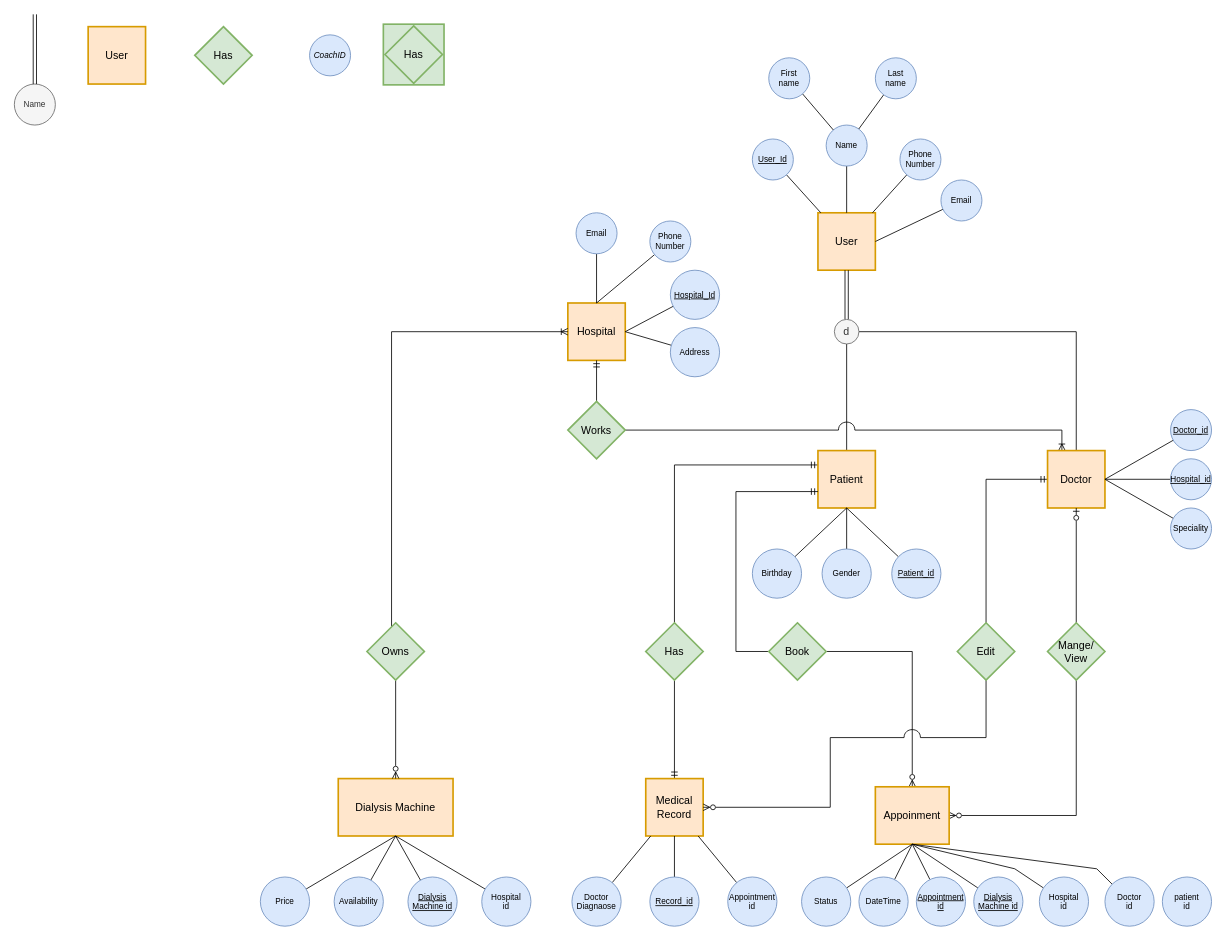
The draw.io diagram SQL/Yusuf's_erd.drawio in DoniaMetwalli/Hospital-System, before the edit. Source tidied: cells renumbered, new cells numbered last; positions are measured from the earlier drawing's top-left corner, leaving out a move shared by most shapes. Both pictures are drawn from the tidied source at 82%, with x=0, y=0 at pixel (14, 14).
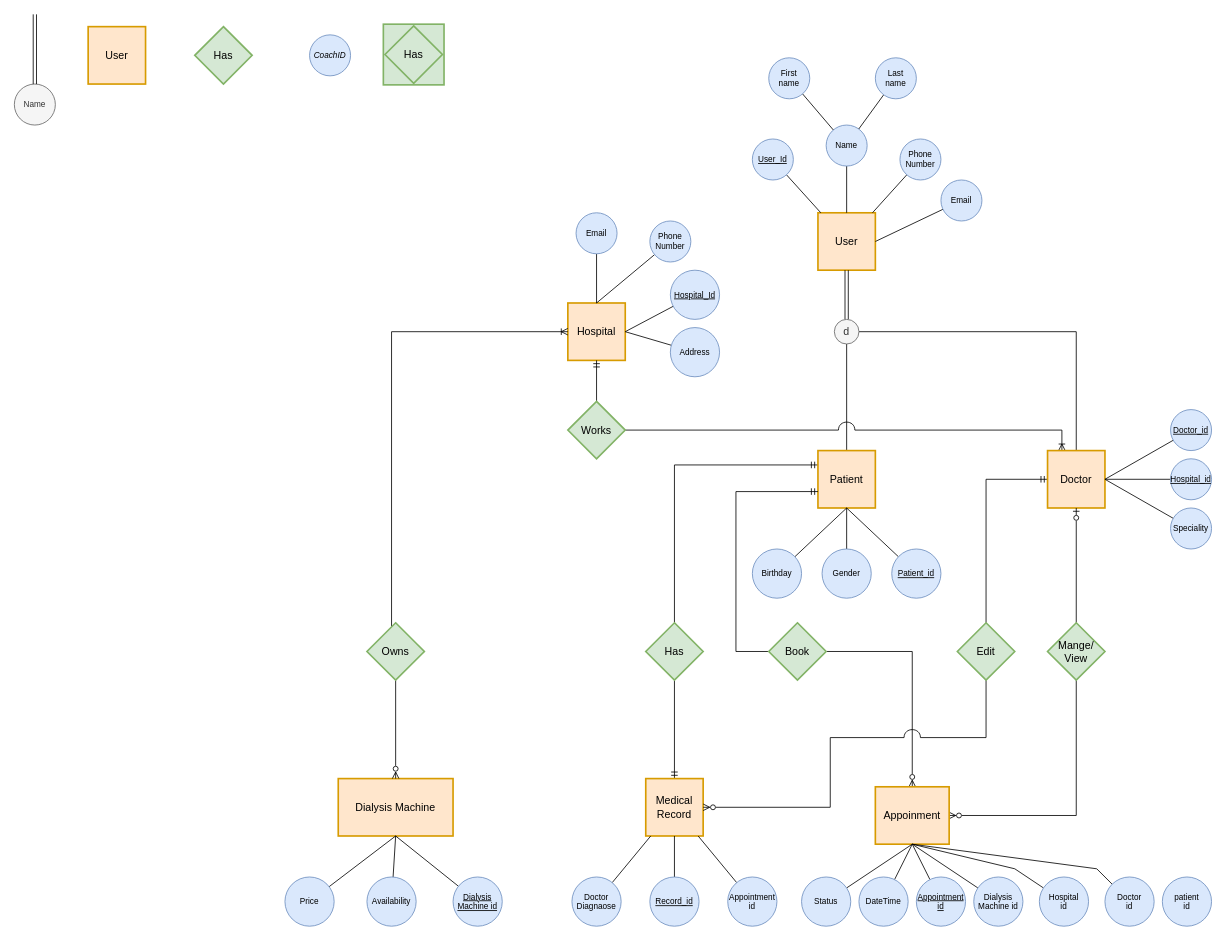
The same diagram, later.

Commit message (it also covers changes not shown here):
some polish in ui + edit sql + edit erd

The change refers to these unchanged cells:
```xml
<mxCell id="69" value="Dialysis Machine" style="strokeWidth=2;whiteSpace=wrap;html=1;align=center;fontSize=13;fontFamily=Helvetica;fontColor=#000000;strokeColor=#d79b00;fillColor=#ffe6cc;" parent="1" vertex="1">
  <mxGeometry x="395" y="932" width="140" height="70" as="geometry" />
</mxCell>
```

Diff of the diagram source:
```diff
@@
     <mxCell id="74" value="Price" style="ellipse;whiteSpace=wrap;html=1;fontSize=10;fillColor=#dae8fc;strokeColor=#6c8ebf;" parent="1" vertex="1">
-      <mxGeometry x="300" y="1052" width="60" height="60" as="geometry" />
+      <mxGeometry x="330" y="1052" width="60" height="60" as="geometry" />
     </mxCell>
@@
     <mxCell id="76" value="Availability" style="ellipse;whiteSpace=wrap;html=1;fontSize=10;fillColor=#dae8fc;strokeColor=#6c8ebf;" parent="1" vertex="1">
-      <mxGeometry x="390" y="1052" width="60" height="60" as="geometry" />
+      <mxGeometry x="430" y="1052" width="60" height="60" as="geometry" />
     </mxCell>
-    <mxCell id="77" style="rounded=0;jettySize=auto;html=1;entryX=0.5;entryY=1;entryDx=0;entryDy=0;endArrow=none;endFill=0;" parent="1" edge="1" source="78" target="69">
-      <mxGeometry relative="1" as="geometry" />
-    </mxCell>
-    <mxCell id="78" value="Hospital&lt;br&gt;id" style="ellipse;whiteSpace=wrap;html=1;fontSize=10;fillColor=#dae8fc;strokeColor=#6c8ebf;" parent="1" vertex="1">
-      <mxGeometry x="570" y="1052" width="60" height="60" as="geometry" />
-    </mxCell>
@@
     <mxCell id="80" value="&lt;u&gt;Dialysis&lt;br&gt;Machine id&lt;/u&gt;" style="ellipse;whiteSpace=wrap;html=1;fontSize=10;fillColor=#dae8fc;strokeColor=#6c8ebf;" parent="1" vertex="1">
-      <mxGeometry x="480" y="1052" width="60" height="60" as="geometry" />
+      <mxGeometry x="535" y="1052" width="60" height="60" as="geometry" />
     </mxCell>
@@
-    <mxCell id="88" value="Dialysis&lt;br&gt;Machine id" style="ellipse;whiteSpace=wrap;html=1;fontSize=10;fillColor=#dae8fc;strokeColor=#6c8ebf;fontStyle=4;" parent="1" vertex="1">
+    <mxCell id="88" value="Dialysis&lt;br&gt;Machine id" style="ellipse;whiteSpace=wrap;html=1;fontSize=10;fillColor=#dae8fc;strokeColor=#6c8ebf;fontStyle=0;" parent="1" vertex="1">
       <mxGeometry x="1170" y="1052" width="60" height="60" as="geometry" />
     </mxCell>
```
